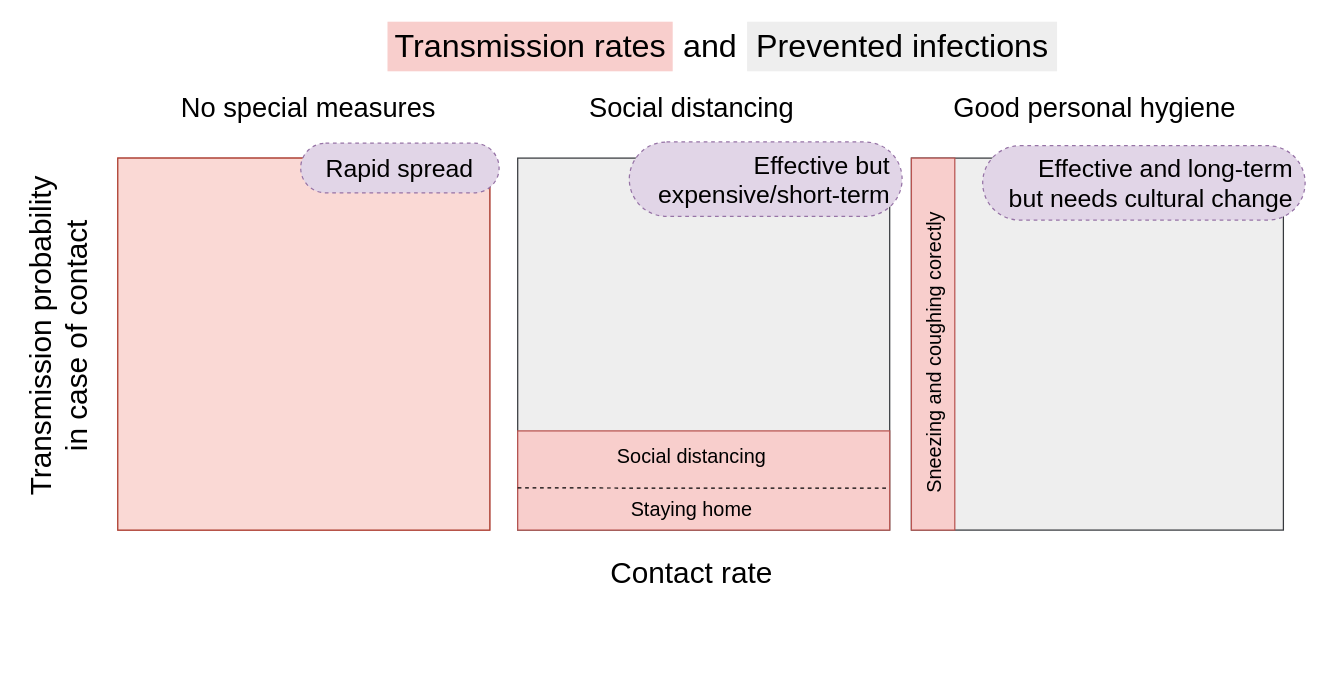
The draw.io diagram sneeze/measures.drawio in pesho-ivanov/pesho-ivanov.github.io, before the edit. Source tidied: cells renumbered, new cells numbered last; positions are measured from the earlier drawing's top-left corner, leaving out a move shared by most shapes. Both pictures are drawn from the tidied source at 124%, with x=0, y=0 at pixel (-109, 21).
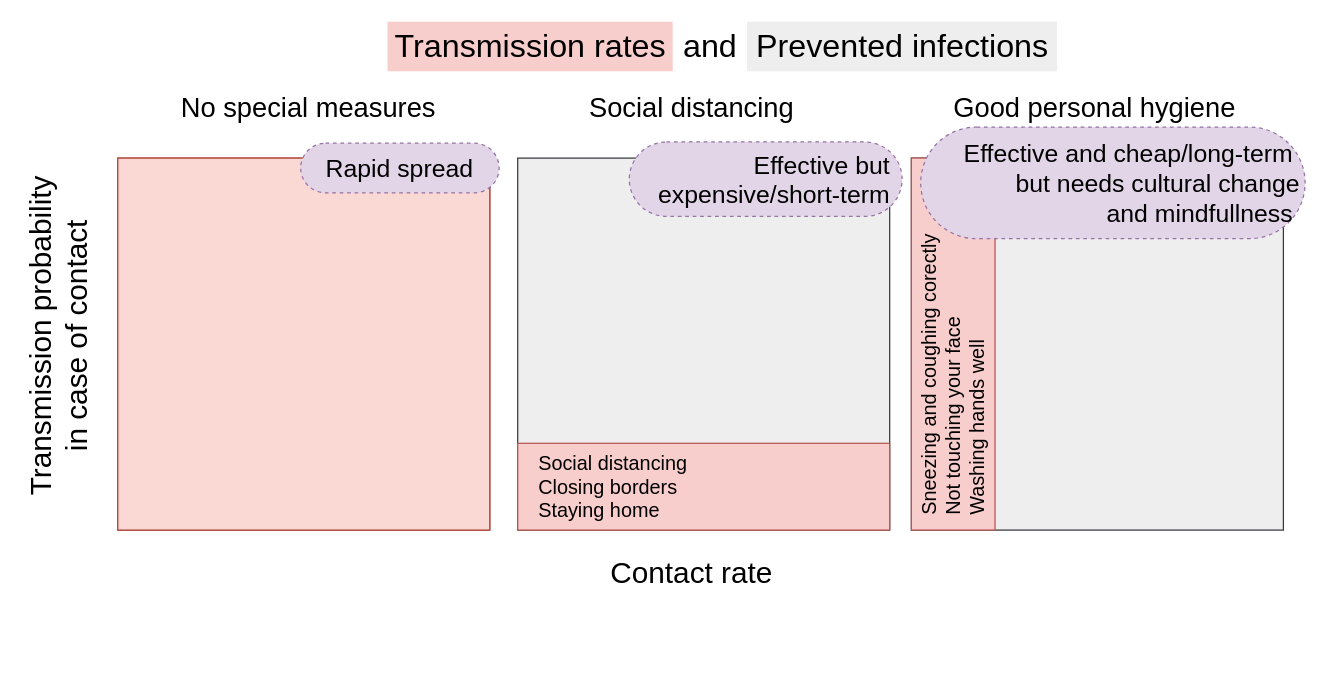
The same diagram, later.

Unchanged cells that the change refers to:
```xml
<mxCell id="8" style="group;" parent="1" vertex="1">
  <mxGeometry x="690" y="100" width="462.5" height="310" as="geometry" />
</mxCell>
```

What changed in the source:
```diff
@@
     <mxCell id="10" style="rounded=0;whiteSpace=wrap;html=1;fillColor=#f8cecc;strokeColor=#b85450;rotation=90;" parent="8" vertex="1">
-      <mxGeometry y="142.5" width="300" height="35" as="geometry" />
+      <mxGeometry x="16.2" y="126.2" width="300" height="67.5" as="geometry" />
     </mxCell>
-    <mxCell id="11" value="Sneezing and coughing corectly" style="text;html=1;align=center;verticalAlign=middle;fillColor=none;strokeColor=none;rounded=0;rotation=-90;fontSize=16;" parent="8" vertex="1">
-      <mxGeometry x="30" y="157.5" width="240" height="20" as="geometry" />
+    <mxCell id="11" value="Sneezing and coughing corectly&lt;br&gt;Not touching your face&lt;br&gt;Washing hands well" style="text;html=1;align=left;verticalAlign=middle;fillColor=none;strokeColor=none;rounded=0;rotation=-90;fontSize=16;" parent="8" vertex="1">
+      <mxGeometry x="46.2" y="150" width="240" height="60" as="geometry" />
     </mxCell>
-    <mxCell id="12" value="Effective and long-term&amp;nbsp;&lt;br style=&quot;font-size: 20px&quot;&gt;but needs cultural change&amp;nbsp;" style="whiteSpace=wrap;html=1;rounded=1;arcSize=50;align=right;verticalAlign=middle;strokeWidth=1;spacing=4;dashed=1;fillColor=#e1d5e7;fontSize=20;strokeColor=#9673a6;" parent="8" vertex="1">
-      <mxGeometry x="190" width="260" height="60" as="geometry" />
+    <mxCell id="12" value="Effective and cheap/long-term&amp;nbsp;&lt;br style=&quot;font-size: 20px&quot;&gt;but needs cultural change&lt;br&gt;and mindfullness&amp;nbsp;" style="whiteSpace=wrap;html=1;rounded=1;arcSize=50;align=right;verticalAlign=middle;strokeWidth=1;spacing=4;dashed=1;fillColor=#e1d5e7;fontSize=20;strokeColor=#9673a6;" parent="8" vertex="1">
+      <mxGeometry x="140" y="-15" width="310" height="90" as="geometry" />
     </mxCell>
     <mxCell id="13" style="group;" parent="1" vertex="1">
-      <mxGeometry x="505" y="99" width="310" height="421" as="geometry" />
+      <mxGeometry x="505" y="99" width="310" height="426" as="geometry" />
     </mxCell>
@@
     <mxCell id="15" style="rounded=0;whiteSpace=wrap;html=1;fillColor=#f8cecc;strokeColor=#b85450;rotation=-90;" parent="13" vertex="1">
-      <mxGeometry x="110" y="121" width="80" height="300" as="geometry" />
+      <mxGeometry x="115" y="126" width="70" height="300" as="geometry" />
     </mxCell>
-    <mxCell id="16" value="&lt;font style=&quot;font-size: 16px&quot;&gt;Staying home&lt;/font&gt;" style="text;html=1;align=center;verticalAlign=middle;fillColor=none;strokeColor=none;rounded=0;fontSize=16;" parent="13" vertex="1">
-      <mxGeometry x="85" y="283.5" width="110" height="20" as="geometry" />
-    </mxCell>
-    <mxCell id="17" value="&lt;font style=&quot;font-size: 16px&quot;&gt;Social distancing&lt;/font&gt;" style="text;html=1;align=center;verticalAlign=middle;fillColor=none;strokeColor=none;rounded=0;fontSize=16;" parent="13" vertex="1">
-      <mxGeometry x="70" y="241" width="140" height="20" as="geometry" />
+    <mxCell id="17" value="&lt;font style=&quot;font-size: 16px&quot;&gt;Social distancing&lt;br&gt;Closing borders&lt;br&gt;Staying home&lt;br&gt;&lt;/font&gt;" style="text;html=1;align=left;verticalAlign=middle;fillColor=none;strokeColor=none;rounded=0;fontSize=16;" parent="13" vertex="1">
+      <mxGeometry x="15" y="246" width="140" height="60" as="geometry" />
     </mxCell>
-    <mxCell id="18" style="endArrow=none;dashed=1;html=1;fontSize=24;entryX=0.415;entryY=0.996;entryDx=0;entryDy=0;entryPerimeter=0;" parent="13" edge="1">
-      <mxGeometry relative="1" as="geometry">
-        <mxPoint y="277" as="sourcePoint" />
-        <mxPoint x="298.8" y="277.2" as="targetPoint" />
-      </mxGeometry>
-    </mxCell>
```
